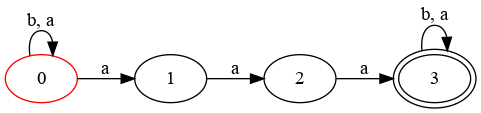
Earlier version of the Graphviz export Math/Python/affichage.dot.png (HuangOlivier/Sorbonne_L2). Its source is kept beside it as Math/Python/affichage.dot.
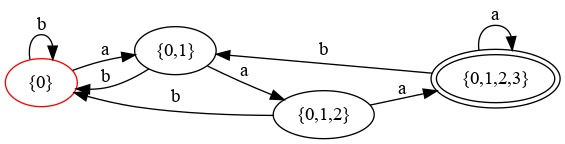
The same file after the commit.

Diff of the diagram source:
```diff
@@ -1,12 +1,15 @@
 digraph a {
  rankdir=LR
-0[ label ="0", color=red ];
-0 -> 0 [ label = "b, a" ];
+0[ label ="{0}", color=red ];
 0 -> 1 [ label = "a" ];
-1[ label ="1",];
+0 -> 0 [ label = "b" ];
+1[ label ="{0,1}",];
 1 -> 2 [ label = "a" ];
-2[ label ="2",];
+1 -> 0 [ label = "b" ];
+2[ label ="{0,1,2}",];
+2 -> 0 [ label = "b" ];
 2 -> 3 [ label = "a" ];
-3[ label ="3",peripheries=2 ];
-3 -> 3 [ label = "b, a" ];
+3[ label ="{0,1,2,3}",peripheries=2 ];
+3 -> 1 [ label = "b" ];
+3 -> 3 [ label = "a" ];
 }
```
